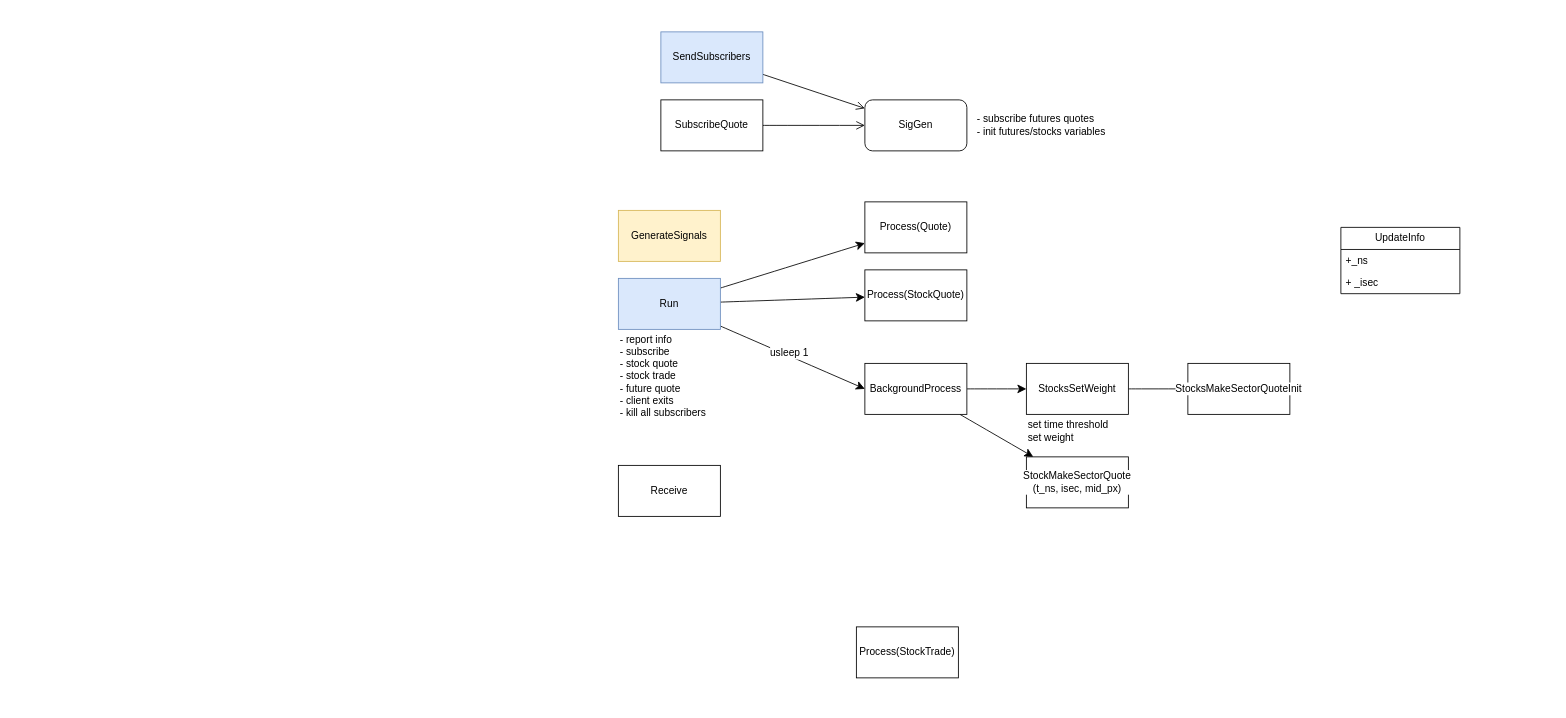
Earlier version of the draw.io diagram page "siggen" (2 of 2) of tongdengfund/trader.drawio (mistyeye11/drawio). Source tidied: cells renumbered, new cells numbered last; positions are measured from the earlier drawing's top-left corner, leaving out a move shared by most shapes. Both pictures are drawn from the tidied source at 85%, with x=0, y=0 at pixel (618, 31).
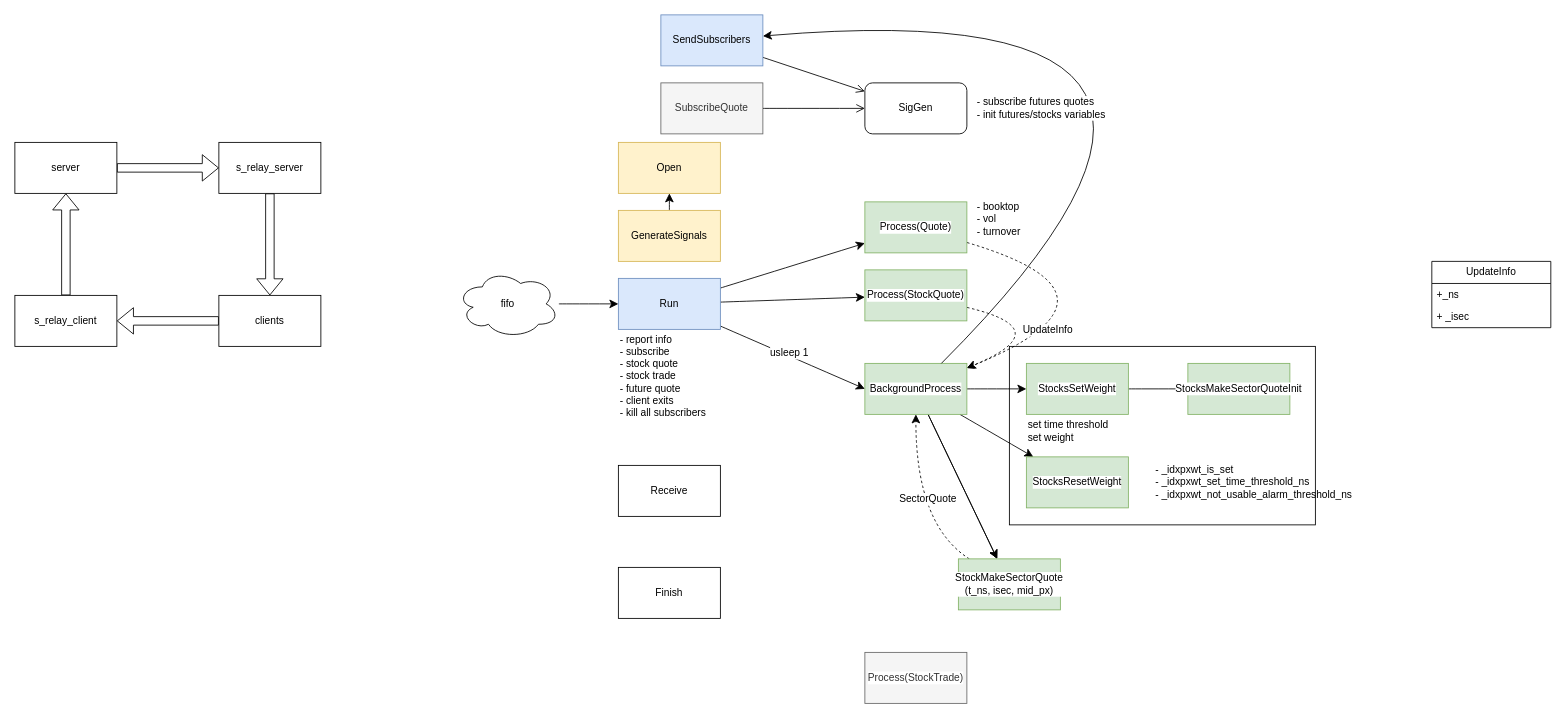
Above is the later version.

Unchanged cells that the change refers to:
```xml
<mxCell id="15" value="&lt;div&gt;GenerateSignals&lt;/div&gt;" style="rounded=0;whiteSpace=wrap;html=1;fillColor=#fff2cc;strokeColor=#d6b656;" parent="1" vertex="1">
  <mxGeometry y="210" width="120" height="60" as="geometry" />
</mxCell>
<mxCell id="20" value="&lt;div&gt;Run&lt;/div&gt;" style="whiteSpace=wrap;html=1;fillColor=#dae8fc;strokeColor=#6c8ebf;" parent="1" vertex="1">
  <mxGeometry y="290" width="120" height="60" as="geometry" />
</mxCell>
<mxCell id="26" style="group;" parent="1" vertex="1">
  <mxGeometry x="480" y="390" width="120" height="100" as="geometry" />
</mxCell>
```

What changed in the source:
```diff
@@
+    <mxCell id="31" style="rounded=0;whiteSpace=wrap;html=1;" parent="1" vertex="1">
+      <mxGeometry x="460" y="370" width="360" height="210" as="geometry" />
+    </mxCell>
+    <mxCell id="32" style="edgeStyle=none;curved=1;rounded=0;jettySize=auto;html=1;fontSize=12;dashed=1;" parent="1" edge="1" source="2" target="8">
+      <mxGeometry relative="1" as="geometry">
+        <Array as="points">
+          <mxPoint x="620" y="310" />
+        </Array>
+      </mxGeometry>
+    </mxCell>
+    <mxCell id="33" value="UpdateInfo" style="edgeLabel;html=1;align=center;verticalAlign=middle;fontSize=12;" parent="32" vertex="1">
+      <mxGeometry x="0.41" y="-32" relative="1" as="geometry">
+        <mxPoint x="-15" y="34" as="offset" />
+      </mxGeometry>
+    </mxCell>
-    <mxCell id="2" value="&lt;div&gt;Process(Quote)&lt;/div&gt;" style="rounded=0;whiteSpace=wrap;html=1;strokeColor=default;align=center;verticalAlign=middle;fontFamily=Helvetica;fontSize=12;fontColor=default;labelBackgroundColor=default;fillColor=default;" parent="1" vertex="1">
+    <mxCell id="2" value="&lt;div&gt;Process(Quote)&lt;/div&gt;" style="rounded=0;whiteSpace=wrap;html=1;strokeColor=#82b366;align=center;verticalAlign=middle;fontFamily=Helvetica;fontSize=12;labelBackgroundColor=default;fillColor=#d5e8d4;" parent="1" vertex="1">
       <mxGeometry x="290" y="200" width="120" height="60" as="geometry" />
     </mxCell>
+    <mxCell id="34" style="edgeStyle=none;curved=1;rounded=0;jettySize=auto;html=1;fontSize=12;startSize=8;endSize=8;dashed=1;" parent="1" edge="1" source="3" target="8">
+      <mxGeometry relative="1" as="geometry">
+        <Array as="points">
+          <mxPoint x="520" y="350" />
+        </Array>
+      </mxGeometry>
+    </mxCell>
-    <mxCell id="3" value="&lt;div&gt;Process(StockQuote)&lt;/div&gt;" style="rounded=0;whiteSpace=wrap;html=1;strokeColor=default;align=center;verticalAlign=middle;fontFamily=Helvetica;fontSize=12;fontColor=default;labelBackgroundColor=default;fillColor=default;" parent="1" vertex="1">
+    <mxCell id="3" value="&lt;div&gt;Process(StockQuote)&lt;/div&gt;" style="rounded=0;whiteSpace=wrap;html=1;strokeColor=#82b366;align=center;verticalAlign=middle;fontFamily=Helvetica;fontSize=12;labelBackgroundColor=default;fillColor=#d5e8d4;" parent="1" vertex="1">
       <mxGeometry x="290" y="280" width="120" height="60" as="geometry" />
     </mxCell>
-    <mxCell id="4" value="&lt;div&gt;Process(StockTrade)&lt;/div&gt;" style="rounded=0;whiteSpace=wrap;html=1;strokeColor=default;align=center;verticalAlign=middle;fontFamily=Helvetica;fontSize=12;fontColor=default;labelBackgroundColor=default;fillColor=default;" parent="1" vertex="1">
-      <mxGeometry x="280" y="700" width="120" height="60" as="geometry" />
+    <mxCell id="4" value="&lt;div&gt;Process(StockTrade)&lt;/div&gt;" style="rounded=0;whiteSpace=wrap;html=1;strokeColor=#666666;align=center;verticalAlign=middle;fontFamily=Helvetica;fontSize=12;fontColor=#333333;labelBackgroundColor=default;fillColor=#f5f5f5;" parent="1" vertex="1">
+      <mxGeometry x="290" y="730" width="120" height="60" as="geometry" />
     </mxCell>
     <mxCell id="5" value="&lt;div&gt;SigGen&lt;/div&gt;" style="rounded=1;whiteSpace=wrap;html=1;strokeColor=default;align=center;verticalAlign=middle;fontFamily=Helvetica;fontSize=12;fontColor=default;labelBackgroundColor=default;fillColor=default;" parent="1" vertex="1">
-      <mxGeometry x="290" y="80" width="120" height="60" as="geometry" />
+      <mxGeometry x="290" y="60" width="120" height="60" as="geometry" />
     </mxCell>
@@
+    <mxCell id="35" style="edgeStyle=none;curved=1;rounded=0;jettySize=auto;html=1;fontSize=12;startSize=8;endSize=8;" parent="1" edge="1" source="8" target="9">
+      <mxGeometry relative="1" as="geometry" />
+    </mxCell>
+    <mxCell id="36" style="edgeStyle=none;curved=1;rounded=0;jettySize=auto;html=1;fontSize=12;startSize=8;endSize=8;" parent="1" edge="1" source="8" target="54">
+      <mxGeometry relative="1" as="geometry" />
+    </mxCell>
-    <mxCell id="8" value="BackgroundProcess" style="rounded=0;whiteSpace=wrap;html=1;strokeColor=default;align=center;verticalAlign=middle;fontFamily=Helvetica;fontSize=12;fontColor=default;labelBackgroundColor=default;fillColor=default;" parent="1" vertex="1">
+    <mxCell id="8" value="BackgroundProcess" style="rounded=0;whiteSpace=wrap;html=1;strokeColor=#82b366;align=center;verticalAlign=middle;fontFamily=Helvetica;fontSize=12;labelBackgroundColor=default;fillColor=#d5e8d4;" parent="1" vertex="1">
       <mxGeometry x="290" y="390" width="120" height="60" as="geometry" />
     </mxCell>
+    <mxCell id="37" style="edgeStyle=none;curved=1;rounded=0;jettySize=auto;html=1;fontSize=12;startSize=8;endSize=8;" parent="1" edge="1" source="8" target="22">
+      <mxGeometry relative="1" as="geometry">
+        <Array as="points">
+          <mxPoint x="820" y="-50" />
+        </Array>
+      </mxGeometry>
+    </mxCell>
+    <mxCell id="38" style="edgeStyle=none;curved=1;rounded=0;jettySize=auto;html=1;fontSize=12;startSize=8;endSize=8;dashed=1;" parent="1" edge="1" source="9" target="8">
+      <mxGeometry relative="1" as="geometry">
+        <Array as="points">
+          <mxPoint x="350" y="580" />
+        </Array>
+      </mxGeometry>
+    </mxCell>
+    <mxCell id="39" value="SectorQuote" style="edgeLabel;html=1;align=center;verticalAlign=middle;fontSize=12;" parent="38" vertex="1">
+      <mxGeometry x="0.03" y="-13" relative="1" as="geometry" />
+    </mxCell>
-    <mxCell id="9" value="&lt;div&gt;StockMakeSectorQuote&lt;/div&gt;&lt;div&gt;(t_ns, isec, mid_px)&lt;/div&gt;" style="rounded=0;whiteSpace=wrap;html=1;labelBackgroundColor=default;" parent="1" vertex="1">
-      <mxGeometry x="480" y="500" width="120" height="60" as="geometry" />
+    <mxCell id="9" value="&lt;div&gt;StockMakeSectorQuote&lt;/div&gt;&lt;div&gt;(t_ns, isec, mid_px)&lt;/div&gt;" style="rounded=0;whiteSpace=wrap;html=1;labelBackgroundColor=default;fillColor=#d5e8d4;strokeColor=#82b366;" parent="1" vertex="1">
+      <mxGeometry x="400" y="620" width="120" height="60" as="geometry" />
     </mxCell>
@@
-    <mxCell id="11" value="StocksMakeSectorQuoteInit" style="whiteSpace=wrap;html=1;rounded=0;labelBackgroundColor=default;" parent="1" vertex="1">
+    <mxCell id="11" value="StocksMakeSectorQuoteInit" style="whiteSpace=wrap;html=1;rounded=0;labelBackgroundColor=default;fillColor=#d5e8d4;strokeColor=#82b366;" parent="1" vertex="1">
       <mxGeometry x="670" y="390" width="120" height="60" as="geometry" />
     </mxCell>
     <mxCell id="12" value="&lt;blockquote&gt;UpdateInfo&lt;/blockquote&gt;" style="swimlane;fontStyle=0;horizontal=1;startSize=26;fillColor=none;whiteSpace=wrap;html=1;" parent="1" vertex="1">
-      <mxGeometry x="850" y="230" width="140" height="78" as="geometry" />
+      <mxGeometry x="957" y="270" width="140" height="78" as="geometry" />
     </mxCell>
@@
+    <mxCell id="40" style="edgeStyle=none;curved=1;rounded=0;jettySize=auto;html=1;fontSize=12;startSize=8;endSize=8;" parent="1" edge="1" source="15" target="41">
+      <mxGeometry relative="1" as="geometry" />
+    </mxCell>
@@
     <mxCell id="22" value="SendSubscribers" style="rounded=0;whiteSpace=wrap;html=1;fillColor=#dae8fc;strokeColor=#6c8ebf;" parent="1" vertex="1">
-      <mxGeometry x="50" width="120" height="60" as="geometry" />
+      <mxGeometry x="50" y="-20" width="120" height="60" as="geometry" />
     </mxCell>
@@
-    <mxCell id="24" value="SubscribeQuote" style="rounded=0;whiteSpace=wrap;html=1;" parent="1" vertex="1">
-      <mxGeometry x="50" y="80" width="120" height="60" as="geometry" />
+    <mxCell id="24" value="SubscribeQuote" style="rounded=0;whiteSpace=wrap;html=1;fillColor=#f5f5f5;fontColor=#333333;strokeColor=#666666;" parent="1" vertex="1">
+      <mxGeometry x="50" y="60" width="120" height="60" as="geometry" />
     </mxCell>
     <mxCell id="25" value="&lt;div&gt;- subscribe futures quotes&lt;/div&gt;- init futures/stocks variables" style="text;html=1;align=left;verticalAlign=middle;strokeColor=none;fillColor=none;fontSize=12;fontFamily=Helvetica;fontColor=default;labelBackgroundColor=default;" parent="1" vertex="1">
-      <mxGeometry x="420" y="90" width="170" height="40" as="geometry" />
+      <mxGeometry x="420" y="70" width="170" height="40" as="geometry" />
     </mxCell>
@@
-    <mxCell id="27" value="&lt;div&gt;StocksSetWeight&lt;/div&gt;" style="rounded=0;whiteSpace=wrap;html=1;strokeColor=default;align=center;verticalAlign=middle;fontFamily=Helvetica;fontSize=12;fontColor=default;labelBackgroundColor=default;fillColor=default;" parent="26" vertex="1">
+    <mxCell id="27" value="&lt;div&gt;StocksSetWeight&lt;/div&gt;" style="rounded=0;whiteSpace=wrap;html=1;strokeColor=#82b366;align=center;verticalAlign=middle;fontFamily=Helvetica;fontSize=12;labelBackgroundColor=default;fillColor=#d5e8d4;" parent="26" vertex="1">
       <mxGeometry width="120" height="60" as="geometry" />
     </mxCell>
@@
+    <mxCell id="41" value="Open" style="rounded=0;whiteSpace=wrap;html=1;fillColor=#fff2cc;strokeColor=#d6b656;" parent="1" vertex="1">
+      <mxGeometry y="130" width="120" height="60" as="geometry" />
+    </mxCell>
+    <mxCell id="42" value="Finish" style="rounded=0;whiteSpace=wrap;html=1;" parent="1" vertex="1">
+      <mxGeometry y="630" width="120" height="60" as="geometry" />
+    </mxCell>
+    <mxCell id="43" style="edgeStyle=none;curved=1;rounded=0;jettySize=auto;html=1;fontSize=12;shape=flexArrow;" parent="1" edge="1" source="44" target="46">
+      <mxGeometry relative="1" as="geometry" />
+    </mxCell>
+    <mxCell id="44" value="s_relay_server" style="rounded=0;whiteSpace=wrap;html=1;" parent="1" vertex="1">
+      <mxGeometry x="-470" y="130" width="120" height="60" as="geometry" />
+    </mxCell>
+    <mxCell id="45" style="edgeStyle=none;curved=1;rounded=0;jettySize=auto;html=1;fontSize=12;shape=flexArrow;" parent="1" edge="1" source="46" target="48">
+      <mxGeometry relative="1" as="geometry" />
+    </mxCell>
+    <mxCell id="46" value="clients" style="rounded=0;whiteSpace=wrap;html=1;" parent="1" vertex="1">
+      <mxGeometry x="-470" y="310" width="120" height="60" as="geometry" />
+    </mxCell>
+    <mxCell id="47" style="edgeStyle=none;curved=1;rounded=0;jettySize=auto;html=1;fontSize=12;shape=flexArrow;" parent="1" edge="1" source="48" target="50">
+      <mxGeometry relative="1" as="geometry" />
+    </mxCell>
+    <mxCell id="48" value="s_relay_client" style="rounded=0;whiteSpace=wrap;html=1;" parent="1" vertex="1">
+      <mxGeometry x="-710" y="310" width="120" height="60" as="geometry" />
+    </mxCell>
+    <mxCell id="49" style="edgeStyle=none;curved=1;rounded=0;jettySize=auto;html=1;fontSize=12;shape=flexArrow;" parent="1" edge="1" source="50" target="44">
+      <mxGeometry relative="1" as="geometry" />
+    </mxCell>
+    <mxCell id="50" value="server" style="rounded=0;whiteSpace=wrap;html=1;" parent="1" vertex="1">
+      <mxGeometry x="-710" y="130" width="120" height="60" as="geometry" />
+    </mxCell>
+    <mxCell id="51" value="&lt;div&gt;- booktop&lt;/div&gt;&lt;div&gt;- vol&lt;/div&gt;&lt;div&gt;- turnover&lt;br&gt;&lt;/div&gt;" style="text;html=1;align=left;verticalAlign=middle;strokeColor=none;fillColor=none;fontSize=12;fontFamily=Helvetica;fontColor=default;labelBackgroundColor=default;" parent="1" vertex="1">
+      <mxGeometry x="420" y="190" width="70" height="60" as="geometry" />
+    </mxCell>
+    <mxCell id="52" style="edgeStyle=none;curved=1;rounded=0;jettySize=auto;html=1;fontSize=12;startSize=8;endSize=8;" parent="1" edge="1" source="53" target="20">
+      <mxGeometry relative="1" as="geometry" />
+    </mxCell>
+    <mxCell id="53" value="fifo" style="whiteSpace=wrap;html=1;shape=cloud;perimeter=ellipsePerimeter;" parent="1" vertex="1">
+      <mxGeometry x="-190" y="280" width="120" height="80" as="geometry" />
+    </mxCell>
+    <mxCell id="54" value="StocksResetWeight" style="rounded=0;whiteSpace=wrap;html=1;labelBackgroundColor=default;fillColor=#d5e8d4;strokeColor=#82b366;" parent="1" vertex="1">
+      <mxGeometry x="480" y="500" width="120" height="60" as="geometry" />
+    </mxCell>
+    <mxCell id="55" value="&lt;div&gt;- _idxpxwt_is_set&lt;/div&gt;&lt;div&gt;- _idxpxwt_set_time_threshold_ns&lt;/div&gt;&lt;div&gt;- _idxpxwt_not_usable_alarm_threshold_ns&lt;br&gt;&lt;/div&gt;" style="text;html=1;align=left;verticalAlign=middle;strokeColor=none;fillColor=none;fontSize=12;fontFamily=Helvetica;fontColor=default;labelBackgroundColor=none;" parent="1" vertex="1">
+      <mxGeometry x="630" y="500" width="250" height="60" as="geometry" />
+    </mxCell>
```
